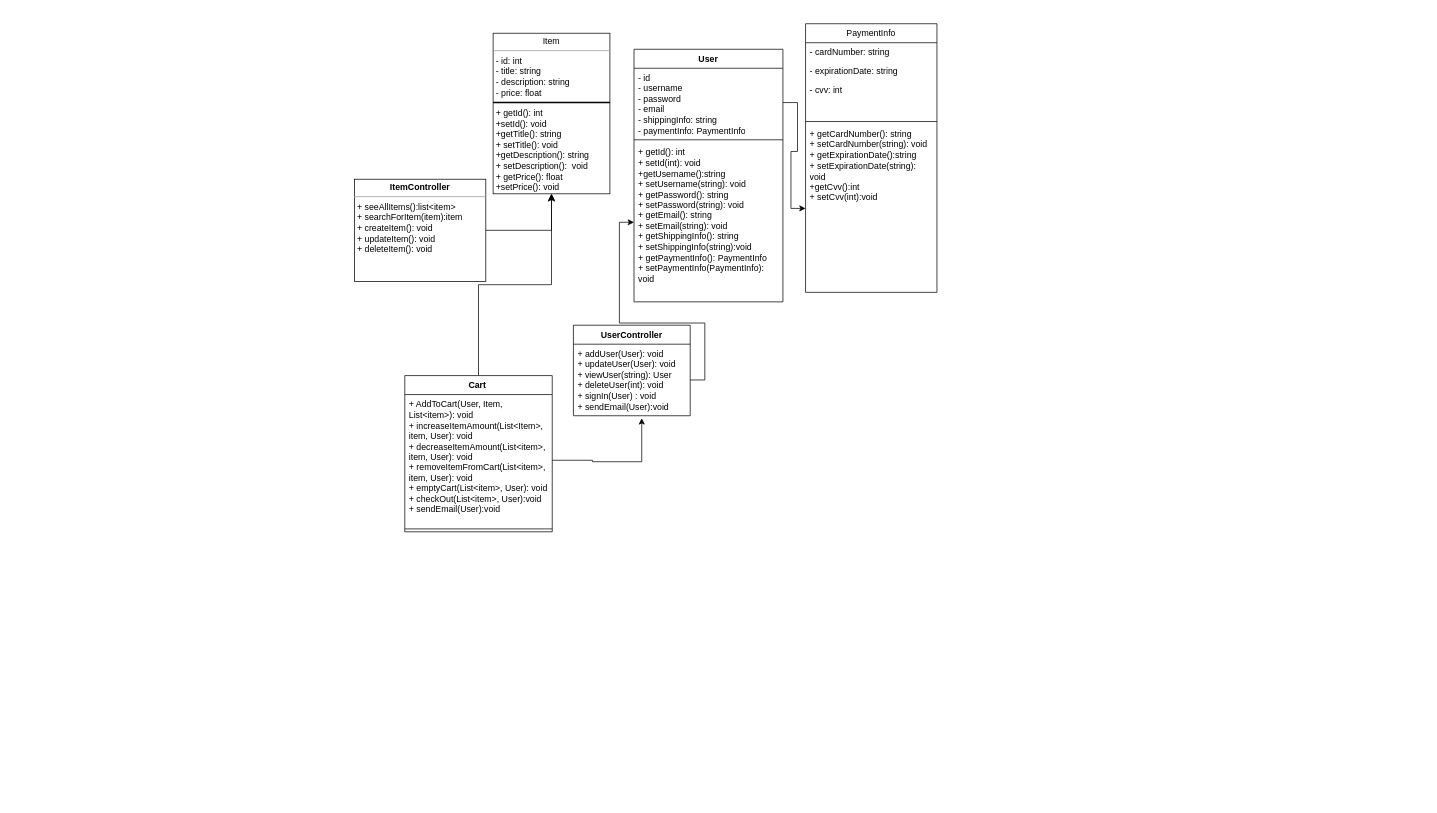
dvanriette/bookService keeps this draw.io diagram as e-commerce.drawio. Above is the earlier version. Source tidied: cells renumbered, new cells numbered last; positions are measured from the earlier drawing's top-left corner, leaving out a move shared by most shapes. Both pictures are drawn from the tidied source at 73%, with x=0, y=0 at pixel (354, 23).
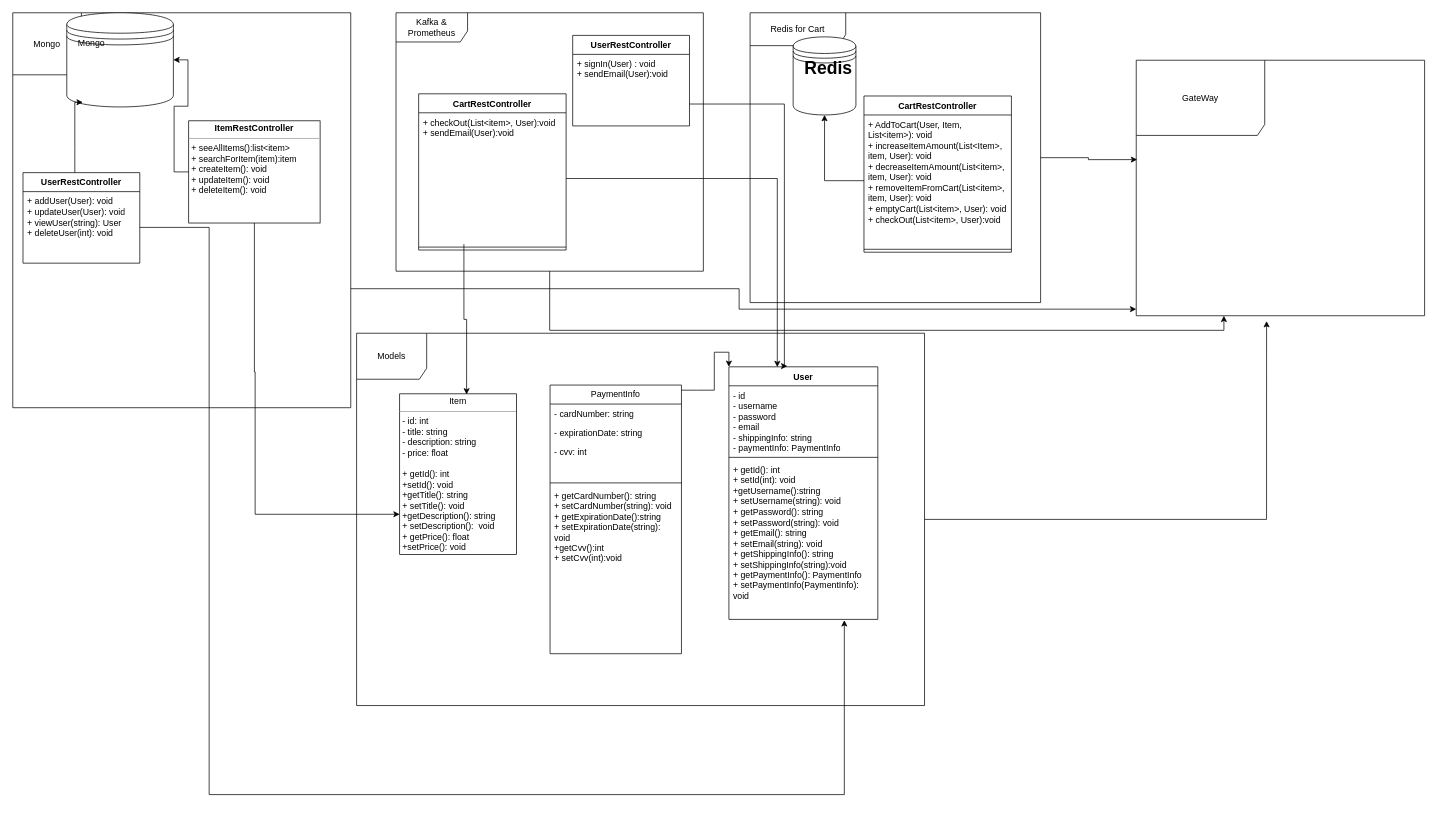
After the change.

Unchanged cells that the change refers to:
```xml
<mxCell id="9" value="- id&lt;div&gt;- username&lt;/div&gt;&lt;div&gt;- password&lt;/div&gt;&lt;div&gt;- email&lt;/div&gt;&lt;div&gt;- shippingInfo: string&lt;/div&gt;&lt;div&gt;- paymentInfo: PaymentInfo&lt;/div&gt;" style="text;strokeColor=none;fillColor=none;align=left;verticalAlign=top;spacingLeft=4;spacingRight=4;overflow=hidden;points=[[0,0.5],[1,0.5]];portConstraint=eastwest;whiteSpace=wrap;html=1;" parent="8" vertex="1">
  <mxGeometry y="26" width="204" height="94" as="geometry" />
</mxCell>
<mxCell id="11" value="+ getId(): int&lt;div&gt;+ setId(int): void&lt;/div&gt;&lt;div&gt;+getUsername():string&lt;/div&gt;&lt;div&gt;+ setUsername(string): void&lt;/div&gt;&lt;div&gt;+ getPassword(): string&lt;/div&gt;&lt;div&gt;+ setPassword(string): void&lt;/div&gt;&lt;div&gt;+ getEmail(): string&lt;/div&gt;&lt;div&gt;+ setEmail(string): void&lt;/div&gt;&lt;div&gt;+ getShippingInfo(): string&lt;/div&gt;&lt;div&gt;+ setShippingInfo(string):void&lt;/div&gt;&lt;div&gt;+ getPaymentInfo(): PaymentInfo&lt;/div&gt;&lt;div&gt;+ setPaymentInfo(PaymentInfo): void&lt;/div&gt;" style="text;strokeColor=none;fillColor=none;align=left;verticalAlign=top;spacingLeft=4;spacingRight=4;overflow=hidden;points=[[0,0.5],[1,0.5]];portConstraint=eastwest;whiteSpace=wrap;html=1;" parent="8" vertex="1">
  <mxGeometry y="128" width="204" height="218" as="geometry" />
</mxCell>
<mxCell id="17" value="+ getCardNumber(): string&lt;div&gt;+ setCardNumber(string): void&lt;/div&gt;&lt;div&gt;+ getExpirationDate():string&lt;/div&gt;&lt;div&gt;+ setExpirationDate(string): void&lt;/div&gt;&lt;div&gt;+getCvv():int&lt;/div&gt;&lt;div&gt;+ setCvv(int):void&lt;/div&gt;" style="text;strokeColor=none;fillColor=none;align=left;verticalAlign=top;spacingLeft=4;spacingRight=4;overflow=hidden;points=[[0,0.5],[1,0.5]];portConstraint=eastwest;whiteSpace=wrap;html=1;" parent="12" vertex="1">
  <mxGeometry y="138" width="180" height="230" as="geometry" />
</mxCell>
```

The edit, as a diff of the source:
```diff
@@
-    <mxCell id="2" value="&lt;p style=&quot;margin:0px;margin-top:4px;text-align:center;&quot;&gt;Item&lt;/p&gt;&lt;hr size=&quot;1&quot;&gt;&lt;p style=&quot;margin:0px;margin-left:4px;&quot;&gt;- id: int&lt;/p&gt;&lt;p style=&quot;margin:0px;margin-left:4px;&quot;&gt;- title: string&lt;/p&gt;&lt;p style=&quot;margin:0px;margin-left:4px;&quot;&gt;- description: string&lt;/p&gt;&lt;p style=&quot;margin:0px;margin-left:4px;&quot;&gt;- price: float&lt;/p&gt;&lt;p style=&quot;margin:0px;margin-left:4px;&quot;&gt;&lt;br&gt;&lt;/p&gt;&lt;p style=&quot;margin:0px;margin-left:4px;&quot;&gt;+ getId(): int&lt;/p&gt;&lt;p style=&quot;margin:0px;margin-left:4px;&quot;&gt;+setId(): void&lt;/p&gt;&lt;p style=&quot;margin:0px;margin-left:4px;&quot;&gt;+getTitle(): string&lt;/p&gt;&lt;p style=&quot;margin:0px;margin-left:4px;&quot;&gt;+ setTitle(): void&lt;/p&gt;&lt;p style=&quot;margin:0px;margin-left:4px;&quot;&gt;+getDescription(): string&lt;/p&gt;&lt;p style=&quot;margin:0px;margin-left:4px;&quot;&gt;+ setDescription():&amp;nbsp; void&lt;/p&gt;&lt;p style=&quot;margin:0px;margin-left:4px;&quot;&gt;+ getPrice(): float&lt;/p&gt;&lt;p style=&quot;margin:0px;margin-left:4px;&quot;&gt;+setPrice(): void&lt;/p&gt;&lt;p style=&quot;margin:0px;margin-left:4px;&quot;&gt;&lt;br&gt;&lt;/p&gt;" style="verticalAlign=top;align=left;overflow=fill;fontSize=12;fontFamily=Helvetica;html=1;whiteSpace=wrap;" parent="1" vertex="1">
-      <mxGeometry x="190" y="13" width="160" height="220" as="geometry" />
-    </mxCell>
-    <mxCell id="3" value="&lt;p style=&quot;margin:0px;margin-top:4px;text-align:center;&quot;&gt;&lt;b&gt;ItemController&lt;/b&gt;&lt;/p&gt;&lt;hr size=&quot;1&quot;&gt;&lt;p style=&quot;margin:0px;margin-left:4px;&quot;&gt;+ seeAllItems():list&amp;lt;item&amp;gt;&lt;/p&gt;&lt;p style=&quot;margin:0px;margin-left:4px;&quot;&gt;+ searchForItem(item):item&lt;/p&gt;&lt;p style=&quot;margin:0px;margin-left:4px;&quot;&gt;+ createItem(): void&lt;/p&gt;&lt;p style=&quot;margin:0px;margin-left:4px;&quot;&gt;+ updateItem(): void&lt;/p&gt;&lt;p style=&quot;margin:0px;margin-left:4px;&quot;&gt;+ deleteItem(): void&lt;/p&gt;&lt;p style=&quot;margin:0px;margin-left:4px;&quot;&gt;&lt;br&gt;&lt;/p&gt;" style="verticalAlign=top;align=left;overflow=fill;fontSize=12;fontFamily=Helvetica;html=1;whiteSpace=wrap;" parent="1" vertex="1">
-      <mxGeometry y="213" width="180" height="140" as="geometry" />
-    </mxCell>
-    <mxCell id="4" style="edgeStyle=segmentEdgeStyle;endArrow=classic;html=1;curved=0;rounded=0;endSize=8;startSize=8;exitX=1;exitY=0.5;exitDx=0;exitDy=0;entryX=0.5;entryY=1;entryDx=0;entryDy=0;" parent="1" edge="1" source="3" target="2">
-      <mxGeometry relative="1" as="geometry" />
-    </mxCell>
-    <mxCell id="5" style="line;strokeWidth=2;html=1;" parent="1" vertex="1">
-      <mxGeometry x="190" y="103" width="160" height="10" as="geometry" />
-    </mxCell>
-    <mxCell id="6" value="UserController" style="swimlane;fontStyle=1;align=center;verticalAlign=top;horizontal=1;startSize=26;whiteSpace=wrap;html=1;" parent="1" vertex="1">
-      <mxGeometry x="300" y="413" width="160" height="124" as="geometry" />
+    <mxCell id="6" value="UserRestController" style="swimlane;fontStyle=1;align=center;verticalAlign=top;horizontal=1;startSize=26;whiteSpace=wrap;html=1;" parent="1" vertex="1">
+      <mxGeometry x="299" y="16" width="160" height="124" as="geometry" />
     </mxCell>
-    <mxCell id="7" value="+ addUser(User): void&lt;div&gt;+ updateUser&lt;span style=&quot;background-color: initial; color: rgb(0, 0, 0); --darkreader-inline-bgcolor: initial; --darkreader-inline-color: #d3d1ce;&quot;&gt;(User): void&lt;/span&gt;&lt;/div&gt;&lt;div&gt;+ viewUser&lt;span style=&quot;background-color: initial; color: rgb(0, 0, 0); --darkreader-inline-bgcolor: initial; --darkreader-inline-color: #d3d1ce;&quot;&gt;(string): User&lt;/span&gt;&lt;/div&gt;&lt;div&gt;+ deleteUser&lt;span style=&quot;background-color: initial; color: rgb(0, 0, 0); --darkreader-inline-bgcolor: initial; --darkreader-inline-color: #d3d1ce;&quot;&gt;(int): void&lt;/span&gt;&lt;/div&gt;&lt;div&gt;+ signIn(User) : void&lt;/div&gt;&lt;div&gt;+ sendEmail(User):void&lt;/div&gt;" style="text;strokeColor=none;fillColor=none;align=left;verticalAlign=top;spacingLeft=4;spacingRight=4;overflow=hidden;points=[[0,0.5],[1,0.5]];portConstraint=eastwest;whiteSpace=wrap;html=1;" parent="6" vertex="1">
+    <mxCell id="7" value="&lt;div&gt;+ signIn(User) : void&lt;/div&gt;&lt;div&gt;+ sendEmail(User):void&lt;/div&gt;" style="text;strokeColor=none;fillColor=none;align=left;verticalAlign=top;spacingLeft=4;spacingRight=4;overflow=hidden;points=[[0,0.5],[1,0.5]];portConstraint=eastwest;whiteSpace=wrap;html=1;" parent="6" vertex="1">
       <mxGeometry y="26" width="160" height="98" as="geometry" />
     </mxCell>
     <mxCell id="8" value="User" style="swimlane;fontStyle=1;align=center;verticalAlign=top;horizontal=1;startSize=26;whiteSpace=wrap;html=1;" parent="1" vertex="1">
-      <mxGeometry x="383" y="35" width="204" height="346" as="geometry" />
+      <mxGeometry x="513" y="470" width="204" height="346" as="geometry" />
     </mxCell>
@@
+    <mxCell id="26" style="edgeStyle=orthogonalEdgeStyle;rounded=0;jettySize=auto;html=1;entryX=0;entryY=0;entryDx=0;entryDy=0;" parent="1" edge="1" source="12" target="8">
+      <mxGeometry relative="1" as="geometry">
+        <Array as="points">
+          <mxPoint x="469" y="502" />
+          <mxPoint x="493" y="502" />
+          <mxPoint x="493" y="450" />
+          <mxPoint x="513" y="450" />
+        </Array>
+      </mxGeometry>
+    </mxCell>
     <mxCell id="12" value="PaymentInfo" style="swimlane;fontStyle=0;horizontal=1;startSize=26;fillColor=none;whiteSpace=wrap;html=1;" parent="1" vertex="1">
-      <mxGeometry x="618" width="180" height="368" as="geometry" />
+      <mxGeometry x="268" y="495" width="180" height="368" as="geometry" />
     </mxCell>
@@
-    <mxCell id="19" style="edgeStyle=orthogonalEdgeStyle;rounded=0;jettySize=auto;html=1;" parent="1" edge="1" source="9" target="17">
-      <mxGeometry relative="1" as="geometry" />
-    </mxCell>
-    <mxCell id="20" style="edgeStyle=orthogonalEdgeStyle;rounded=0;jettySize=auto;html=1;" parent="1" edge="1" source="7" target="11">
-      <mxGeometry relative="1" as="geometry" />
+    <mxCell id="20" style="edgeStyle=orthogonalEdgeStyle;rounded=0;jettySize=auto;html=1;" parent="1" edge="1" source="7">
+      <mxGeometry relative="1" as="geometry">
+        <mxPoint x="593" y="469" as="targetPoint" />
+        <Array as="points">
+          <mxPoint x="589" y="110" />
+        </Array>
+      </mxGeometry>
     </mxCell>
-    <mxCell id="21" style="edgeStyle=orthogonalEdgeStyle;rounded=0;jettySize=auto;html=1;entryX=0.5;entryY=1;entryDx=0;entryDy=0;" parent="1" edge="1" source="22" target="2">
-      <mxGeometry relative="1" as="geometry" />
-    </mxCell>
-    <mxCell id="22" value="Cart&lt;span style=&quot;white-space: pre;&quot;&gt;&#9;&lt;/span&gt;" style="swimlane;fontStyle=1;align=center;verticalAlign=top;horizontal=1;startSize=26;whiteSpace=wrap;html=1;" parent="1" vertex="1">
-      <mxGeometry x="69" y="482" width="202" height="214" as="geometry" />
+    <mxCell id="22" value="CartRestController" style="swimlane;fontStyle=1;align=center;verticalAlign=top;horizontal=1;startSize=26;whiteSpace=wrap;html=1;" parent="1" vertex="1">
+      <mxGeometry x="698" y="99" width="202" height="214" as="geometry" />
     </mxCell>
-    <mxCell id="23" value="+ AddToCart(User, Item, List&amp;lt;item&amp;gt;): void&lt;div&gt;+ increaseItemAmount(List&amp;lt;Item&amp;gt;, item, User): void&lt;/div&gt;&lt;div&gt;+ decreaseItemAmount(List&amp;lt;item&amp;gt;, item, User): void&lt;/div&gt;&lt;div&gt;+ removeItemFromCart(List&amp;lt;item&amp;gt;, item, User): void&lt;/div&gt;&lt;div&gt;+ emptyCart(&lt;span style=&quot;background-color: initial; color: rgb(0, 0, 0); --darkreader-inline-bgcolor: initial; --darkreader-inline-color: #d3d1ce;&quot;&gt;List&amp;lt;item&amp;gt;, User): void&lt;/span&gt;&lt;/div&gt;&lt;div&gt;&lt;span style=&quot;background-color: initial; color: rgb(0, 0, 0); --darkreader-inline-bgcolor: initial; --darkreader-inline-color: #d3d1ce;&quot;&gt;+ checkOut(List&amp;lt;item&amp;gt;, User):void&lt;/span&gt;&lt;/div&gt;&lt;div&gt;&lt;span style=&quot;background-color: initial; color: rgb(0, 0, 0); --darkreader-inline-bgcolor: initial; --darkreader-inline-color: #d3d1ce;&quot;&gt;+ sendEmail(User):void&lt;/span&gt;&lt;/div&gt;" style="text;strokeColor=none;fillColor=none;align=left;verticalAlign=top;spacingLeft=4;spacingRight=4;overflow=hidden;points=[[0,0.5],[1,0.5]];portConstraint=eastwest;whiteSpace=wrap;html=1;" parent="22" vertex="1">
+    <mxCell id="23" value="+ AddToCart(User, Item, List&amp;lt;item&amp;gt;): void&lt;div&gt;+ increaseItemAmount(List&amp;lt;Item&amp;gt;, item, User): void&lt;/div&gt;&lt;div&gt;+ decreaseItemAmount(List&amp;lt;item&amp;gt;, item, User): void&lt;/div&gt;&lt;div&gt;+ removeItemFromCart(List&amp;lt;item&amp;gt;, item, User): void&lt;/div&gt;&lt;div&gt;+ emptyCart(&lt;span style=&quot;background-color: initial; color: rgb(0, 0, 0); --darkreader-inline-bgcolor: initial; --darkreader-inline-color: #d3d1ce;&quot;&gt;List&amp;lt;item&amp;gt;, User): void&lt;/span&gt;&lt;/div&gt;&lt;div&gt;&lt;span style=&quot;background-color: initial; color: rgb(0, 0, 0); --darkreader-inline-bgcolor: initial; --darkreader-inline-color: #d3d1ce;&quot;&gt;+ checkOut(List&amp;lt;item&amp;gt;, User):void&lt;/span&gt;&lt;/div&gt;&lt;div&gt;&lt;br&gt;&lt;/div&gt;" style="text;strokeColor=none;fillColor=none;align=left;verticalAlign=top;spacingLeft=4;spacingRight=4;overflow=hidden;points=[[0,0.5],[1,0.5]];portConstraint=eastwest;whiteSpace=wrap;html=1;" parent="22" vertex="1">
       <mxGeometry y="26" width="202" height="180" as="geometry" />
     </mxCell>
@@
-    <mxCell id="25" style="edgeStyle=orthogonalEdgeStyle;rounded=0;jettySize=auto;html=1;entryX=0.585;entryY=1.035;entryDx=0;entryDy=0;entryPerimeter=0;" parent="1" edge="1" source="23" target="7">
-      <mxGeometry relative="1" as="geometry">
-        <Array as="points">
-          <mxPoint x="326" y="598" />
-          <mxPoint x="326" y="600" />
-          <mxPoint x="394" y="600" />
-        </Array>
-      </mxGeometry>
-    </mxCell>
+    <mxCell id="27" style="edgeStyle=orthogonalEdgeStyle;rounded=0;jettySize=auto;html=1;" parent="1" edge="1" source="28" target="49">
+      <mxGeometry relative="1" as="geometry">
+        <Array as="points">
+          <mxPoint x="527" y="363" />
+          <mxPoint x="527" y="391" />
+        </Array>
+      </mxGeometry>
+    </mxCell>
+    <mxCell id="28" value="Mongo" style="shape=umlFrame;whiteSpace=wrap;html=1;width=94;height=85;" parent="1" vertex="1">
+      <mxGeometry x="-468" y="-15" width="463" height="541" as="geometry" />
+    </mxCell>
+    <mxCell id="2" value="&lt;p style=&quot;margin:0px;margin-top:4px;text-align:center;&quot;&gt;Item&lt;/p&gt;&lt;hr size=&quot;1&quot;&gt;&lt;p style=&quot;margin:0px;margin-left:4px;&quot;&gt;- id: int&lt;/p&gt;&lt;p style=&quot;margin:0px;margin-left:4px;&quot;&gt;- title: string&lt;/p&gt;&lt;p style=&quot;margin:0px;margin-left:4px;&quot;&gt;- description: string&lt;/p&gt;&lt;p style=&quot;margin:0px;margin-left:4px;&quot;&gt;- price: float&lt;/p&gt;&lt;p style=&quot;margin:0px;margin-left:4px;&quot;&gt;&lt;br&gt;&lt;/p&gt;&lt;p style=&quot;margin:0px;margin-left:4px;&quot;&gt;+ getId(): int&lt;/p&gt;&lt;p style=&quot;margin:0px;margin-left:4px;&quot;&gt;+setId(): void&lt;/p&gt;&lt;p style=&quot;margin:0px;margin-left:4px;&quot;&gt;+getTitle(): string&lt;/p&gt;&lt;p style=&quot;margin:0px;margin-left:4px;&quot;&gt;+ setTitle(): void&lt;/p&gt;&lt;p style=&quot;margin:0px;margin-left:4px;&quot;&gt;+getDescription(): string&lt;/p&gt;&lt;p style=&quot;margin:0px;margin-left:4px;&quot;&gt;+ setDescription():&amp;nbsp; void&lt;/p&gt;&lt;p style=&quot;margin:0px;margin-left:4px;&quot;&gt;+ getPrice(): float&lt;/p&gt;&lt;p style=&quot;margin:0px;margin-left:4px;&quot;&gt;+setPrice(): void&lt;/p&gt;&lt;p style=&quot;margin:0px;margin-left:4px;&quot;&gt;&lt;br&gt;&lt;/p&gt;" style="verticalAlign=top;align=left;overflow=fill;fontSize=12;fontFamily=Helvetica;html=1;whiteSpace=wrap;" parent="1" vertex="1">
+      <mxGeometry x="62" y="507" width="160" height="220" as="geometry" />
+    </mxCell>
+    <mxCell id="29" value="Kafka &amp;amp; Prometheus" style="shape=umlFrame;whiteSpace=wrap;html=1;width=98;height=40;" parent="1" vertex="1">
+      <mxGeometry x="57" y="-15" width="421" height="354" as="geometry" />
+    </mxCell>
+    <mxCell id="30" style="shape=datastore;whiteSpace=wrap;html=1;" parent="1" vertex="1">
+      <mxGeometry x="-394" y="-15" width="146" height="129" as="geometry" />
+    </mxCell>
+    <mxCell id="31" value="Mongo" style="text;html=1;align=center;verticalAlign=middle;whiteSpace=wrap;rounded=0;" parent="1" vertex="1">
+      <mxGeometry x="-390" y="12" width="60" height="30" as="geometry" />
+    </mxCell>
+    <mxCell id="32" value="Redis for Cart" style="shape=umlFrame;whiteSpace=wrap;html=1;width=131;height=45;" parent="1" vertex="1">
+      <mxGeometry x="542" y="-15" width="398" height="397" as="geometry" />
+    </mxCell>
+    <mxCell id="33" value="Models" style="shape=umlFrame;whiteSpace=wrap;html=1;width=96;height=63;" parent="1" vertex="1">
+      <mxGeometry x="3" y="424" width="778" height="510" as="geometry" />
+    </mxCell>
+    <mxCell id="34" value="UserRestController" style="swimlane;fontStyle=1;align=center;verticalAlign=top;horizontal=1;startSize=26;whiteSpace=wrap;html=1;" parent="1" vertex="1">
+      <mxGeometry x="-454" y="204" width="160" height="124" as="geometry" />
+    </mxCell>
+    <mxCell id="35" value="+ addUser(User): void&lt;div&gt;+ updateUser&lt;span style=&quot;background-color: initial; color: rgb(0, 0, 0); --darkreader-inline-bgcolor: initial; --darkreader-inline-color: #d3d1ce;&quot;&gt;(User): void&lt;/span&gt;&lt;/div&gt;&lt;div&gt;+ viewUser&lt;span style=&quot;background-color: initial; color: rgb(0, 0, 0); --darkreader-inline-bgcolor: initial; --darkreader-inline-color: #d3d1ce;&quot;&gt;(string): User&lt;/span&gt;&lt;/div&gt;&lt;div&gt;+ deleteUser&lt;span style=&quot;background-color: initial; color: rgb(0, 0, 0); --darkreader-inline-bgcolor: initial; --darkreader-inline-color: #d3d1ce;&quot;&gt;(int): void&lt;/span&gt;&lt;/div&gt;&lt;div&gt;&lt;br&gt;&lt;/div&gt;" style="text;strokeColor=none;fillColor=none;align=left;verticalAlign=top;spacingLeft=4;spacingRight=4;overflow=hidden;points=[[0,0.5],[1,0.5]];portConstraint=eastwest;whiteSpace=wrap;html=1;" parent="34" vertex="1">
+      <mxGeometry y="26" width="160" height="98" as="geometry" />
+    </mxCell>
+    <mxCell id="36" style="edgeStyle=orthogonalEdgeStyle;rounded=0;jettySize=auto;html=1;entryX=0.15;entryY=0.95;entryDx=0;entryDy=0;entryPerimeter=0;" parent="1" edge="1" source="34" target="30">
+      <mxGeometry relative="1" as="geometry">
+        <Array as="points">
+          <mxPoint x="-383" y="171" />
+          <mxPoint x="-383" y="171" />
+        </Array>
+      </mxGeometry>
+    </mxCell>
+    <mxCell id="37" style="edgeStyle=orthogonalEdgeStyle;rounded=0;jettySize=auto;html=1;entryX=1;entryY=0.5;entryDx=0;entryDy=0;" parent="1" edge="1" source="39" target="30">
+      <mxGeometry relative="1" as="geometry" />
+    </mxCell>
+    <mxCell id="38" style="edgeStyle=orthogonalEdgeStyle;rounded=0;jettySize=auto;html=1;entryX=0;entryY=0.75;entryDx=0;entryDy=0;" parent="1" edge="1" source="39" target="2">
+      <mxGeometry relative="1" as="geometry">
+        <Array as="points">
+          <mxPoint x="-137" y="477" />
+          <mxPoint x="-136" y="672" />
+        </Array>
+      </mxGeometry>
+    </mxCell>
+    <mxCell id="39" value="&lt;p style=&quot;margin:0px;margin-top:4px;text-align:center;&quot;&gt;&lt;b&gt;ItemRestController&lt;/b&gt;&lt;/p&gt;&lt;hr size=&quot;1&quot;&gt;&lt;p style=&quot;margin:0px;margin-left:4px;&quot;&gt;+ seeAllItems():list&amp;lt;item&amp;gt;&lt;/p&gt;&lt;p style=&quot;margin:0px;margin-left:4px;&quot;&gt;+ searchForItem(item):item&lt;/p&gt;&lt;p style=&quot;margin:0px;margin-left:4px;&quot;&gt;+ createItem(): void&lt;/p&gt;&lt;p style=&quot;margin:0px;margin-left:4px;&quot;&gt;+ updateItem(): void&lt;/p&gt;&lt;p style=&quot;margin:0px;margin-left:4px;&quot;&gt;+ deleteItem(): void&lt;/p&gt;&lt;p style=&quot;margin:0px;margin-left:4px;&quot;&gt;&lt;br&gt;&lt;/p&gt;" style="verticalAlign=top;align=left;overflow=fill;fontSize=12;fontFamily=Helvetica;html=1;whiteSpace=wrap;" parent="1" vertex="1">
+      <mxGeometry x="-227" y="133" width="180" height="140" as="geometry" />
+    </mxCell>
+    <mxCell id="40" style="shape=datastore;whiteSpace=wrap;html=1;" parent="1" vertex="1">
+      <mxGeometry x="601" y="18" width="86" height="107" as="geometry" />
+    </mxCell>
+    <mxCell id="41" value="Redis" style="text;strokeColor=none;fillColor=none;html=1;fontSize=24;fontStyle=1;verticalAlign=middle;align=center;" parent="1" vertex="1">
+      <mxGeometry x="610.5" y="42" width="76.5" height="39" as="geometry" />
+    </mxCell>
+    <mxCell id="42" style="edgeStyle=orthogonalEdgeStyle;rounded=0;jettySize=auto;html=1;entryX=0.5;entryY=1;entryDx=0;entryDy=0;" parent="1" edge="1" source="23" target="40">
+      <mxGeometry relative="1" as="geometry" />
+    </mxCell>
+    <mxCell id="43" style="edgeStyle=orthogonalEdgeStyle;rounded=0;jettySize=auto;html=1;entryX=0.775;entryY=1.005;entryDx=0;entryDy=0;entryPerimeter=0;" parent="1" edge="1" source="35" target="11">
+      <mxGeometry relative="1" as="geometry">
+        <Array as="points">
+          <mxPoint x="-199" y="279" />
+          <mxPoint x="-199" y="1056" />
+          <mxPoint x="671" y="1056" />
+        </Array>
+      </mxGeometry>
+    </mxCell>
+    <mxCell id="44" value="CartRestController" style="swimlane;fontStyle=1;align=center;verticalAlign=top;horizontal=1;startSize=26;whiteSpace=wrap;html=1;" parent="1" vertex="1">
+      <mxGeometry x="88" y="96" width="202" height="214" as="geometry" />
+    </mxCell>
+    <mxCell id="45" value="&lt;div&gt;&lt;span style=&quot;background-color: initial; color: rgb(0, 0, 0); --darkreader-inline-bgcolor: initial; --darkreader-inline-color: #d3d1ce;&quot;&gt;+ checkOut(List&amp;lt;item&amp;gt;, User):void&lt;/span&gt;&lt;br&gt;&lt;/div&gt;&lt;div&gt;&lt;span style=&quot;background-color: initial; color: rgb(0, 0, 0); --darkreader-inline-bgcolor: initial; --darkreader-inline-color: #d3d1ce;&quot;&gt;+ sendEmail(User):void&lt;/span&gt;&lt;/div&gt;" style="text;strokeColor=none;fillColor=none;align=left;verticalAlign=top;spacingLeft=4;spacingRight=4;overflow=hidden;points=[[0,0.5],[1,0.5]];portConstraint=eastwest;whiteSpace=wrap;html=1;" parent="44" vertex="1">
+      <mxGeometry y="26" width="202" height="180" as="geometry" />
+    </mxCell>
+    <mxCell id="46" style="line;strokeWidth=1;fillColor=none;align=left;verticalAlign=middle;spacingTop=-1;spacingLeft=3;spacingRight=3;labelPosition=right;strokeColor=inherit;" parent="44" vertex="1">
+      <mxGeometry y="206" width="202" height="8" as="geometry" />
+    </mxCell>
+    <mxCell id="47" style="edgeStyle=orthogonalEdgeStyle;rounded=0;jettySize=auto;html=1;entryX=0.573;entryY=0.004;entryDx=0;entryDy=0;entryPerimeter=0;" parent="1" edge="1" source="45" target="2">
+      <mxGeometry relative="1" as="geometry">
+        <Array as="points">
+          <mxPoint x="150" y="405" />
+          <mxPoint x="154" y="405" />
+        </Array>
+      </mxGeometry>
+    </mxCell>
+    <mxCell id="48" style="edgeStyle=orthogonalEdgeStyle;rounded=0;jettySize=auto;html=1;entryX=0.325;entryY=0.001;entryDx=0;entryDy=0;entryPerimeter=0;" parent="1" edge="1" source="45" target="8">
+      <mxGeometry relative="1" as="geometry" />
+    </mxCell>
+    <mxCell id="49" value="GateWay" style="shape=umlFrame;whiteSpace=wrap;html=1;width=176;height=103;" parent="1" vertex="1">
+      <mxGeometry x="1071" y="50" width="395" height="350" as="geometry" />
+    </mxCell>
+    <mxCell id="50" style="edgeStyle=orthogonalEdgeStyle;rounded=0;jettySize=auto;html=1;entryX=0.003;entryY=0.389;entryDx=0;entryDy=0;entryPerimeter=0;" parent="1" edge="1" source="32" target="49">
+      <mxGeometry relative="1" as="geometry" />
+    </mxCell>
+    <mxCell id="51" style="edgeStyle=orthogonalEdgeStyle;rounded=0;jettySize=auto;html=1;entryX=0.452;entryY=1.021;entryDx=0;entryDy=0;entryPerimeter=0;" parent="1" edge="1" source="33" target="49">
+      <mxGeometry relative="1" as="geometry" />
+    </mxCell>
+    <mxCell id="52" style="edgeStyle=orthogonalEdgeStyle;rounded=0;jettySize=auto;html=1;entryX=0.304;entryY=1;entryDx=0;entryDy=0;entryPerimeter=0;" parent="1" edge="1" source="29" target="49">
+      <mxGeometry relative="1" as="geometry">
+        <Array as="points">
+          <mxPoint x="267" y="420" />
+          <mxPoint x="1191" y="420" />
+        </Array>
+      </mxGeometry>
+    </mxCell>
```
